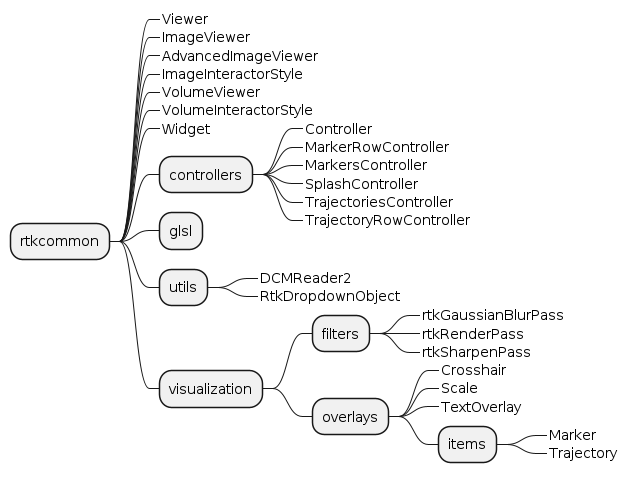
The PlantUML diagram Companies/Ronna/Images/Diagrams/MindMaps/rtkcommon.png in RobertDeBiro/Cpp_Programs, before a commit.
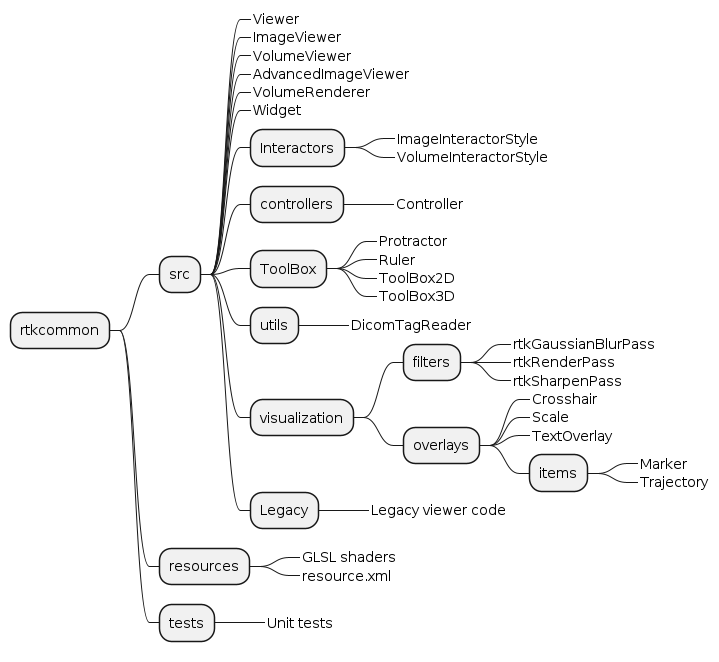
Above is the later version.

What changed in the source:
```diff
@@ -1,35 +1,52 @@
 @startmindmap rtkcommon
 
 + rtkcommon
-++_ Viewer
-++_ ImageViewer
-++_ AdvancedImageViewer
-++_ ImageInteractorStyle
-++_ VolumeViewer
-++_ VolumeInteractorStyle
-++_ Widget
-++ controllers
-+++_ Controller
-+++_ MarkerRowController
-+++_ MarkersController
-+++_ SplashController
-+++_ TrajectoriesController
-+++_ TrajectoryRowController
-++ glsl
-++ utils
-+++_ DCMReader2
-+++_ RtkDropdownObject
-++ visualization
-+++ filters
-++++_ rtkGaussianBlurPass
-++++_ rtkRenderPass
-++++_ rtkSharpenPass
-+++ overlays
-++++_ Crosshair
-++++_ Scale
-++++_ TextOverlay
-++++ items
-+++++_ Marker
-+++++_ Trajectory
+
+++ src
++++_ Viewer
++++_ ImageViewer
++++_ VolumeViewer
++++_ AdvancedImageViewer
++++_ VolumeRenderer
++++_ Widget
+
++++ Interactors
+++++_ ImageInteractorStyle
+++++_ VolumeInteractorStyle
+
++++ controllers
+++++_ Controller
+
++++ ToolBox
+++++_ Protractor
+++++_ Ruler
+++++_ ToolBox2D
+++++_ ToolBox3D
+
++++ utils
+++++_ DicomTagReader
+
++++ visualization
+++++ filters
++++++_ rtkGaussianBlurPass
++++++_ rtkRenderPass
++++++_ rtkSharpenPass
+++++ overlays
++++++_ Crosshair
++++++_ Scale
++++++_ TextOverlay
++++++ items
+++++++_ Marker
+++++++_ Trajectory
+
++++ Legacy
+++++_ Legacy viewer code
+
+++ resources
++++_ GLSL shaders
++++_ resource.xml
+
+++ tests
++++_ Unit tests
 
 @endmindmap
```
